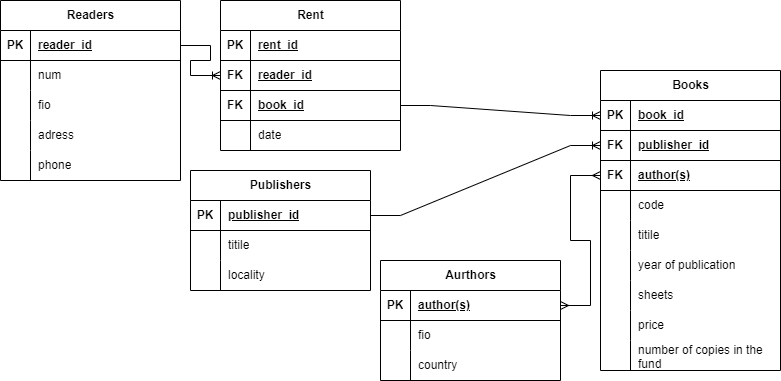
Earlier version of the draw.io export biblioteka.png (Git88user/zanatie_2.1-biblioteka). Source tidied: cells renumbered, new cells last; positions are measured from the earlier drawing's top-left corner, leaving out a move shared by most shapes.
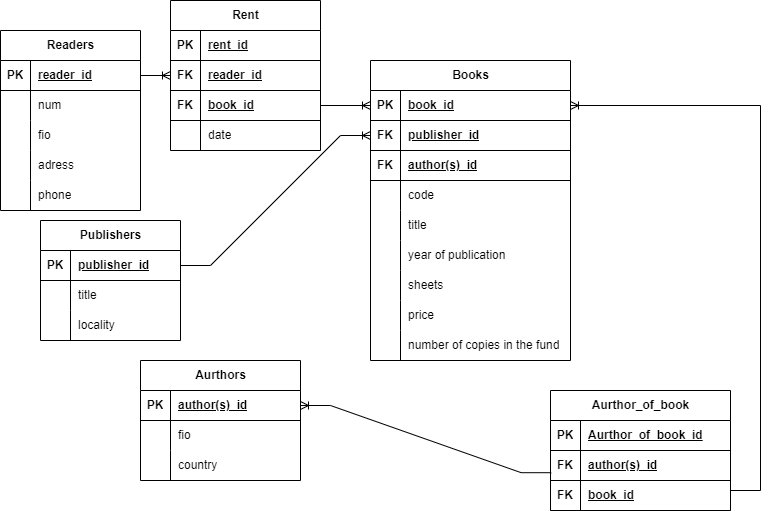
Above is the later version.

Change to the diagram source:
```diff
@@ -5,6 +5,6 @@
     <mxCell id="2" value="Readers" style="shape=table;startSize=30;rowLines=0;fontStyle=1;align=center;html=1;" parent="1" vertex="1">
-      <mxGeometry width="180" height="180" as="geometry" />
+      <mxGeometry width="140" height="180" as="geometry" />
     </mxCell>
     <mxCell id="3" style="shape=tableRow;horizontal=0;startSize=0;swimlaneHead=0;swimlaneBody=0;fillColor=none;points=[[0,0.5],[1,0.5]];portConstraint=eastwest;top=0;left=0;right=0;bottom=1;" parent="2" vertex="1">
-      <mxGeometry y="30" width="180" height="30" as="geometry" />
+      <mxGeometry y="30" width="140" height="30" as="geometry" />
     </mxCell>
@@ -14,6 +14,6 @@
     <mxCell id="5" value="reader_id" style="shape=partialRectangle;fillColor=none;top=0;left=0;bottom=0;right=0;align=left;spacingLeft=6;fontStyle=5;overflow=hidden;whiteSpace=wrap;html=1;" parent="3" vertex="1">
-      <mxGeometry x="30" width="150" height="30" as="geometry" />
+      <mxGeometry x="30" width="110" height="30" as="geometry" />
     </mxCell>
     <mxCell id="6" style="shape=tableRow;horizontal=0;startSize=0;swimlaneHead=0;swimlaneBody=0;fillColor=none;top=0;left=0;right=0;bottom=0;" parent="2" vertex="1">
-      <mxGeometry y="60" width="180" height="30" as="geometry" />
+      <mxGeometry y="60" width="140" height="30" as="geometry" />
     </mxCell>
@@ -23,6 +23,6 @@
     <mxCell id="8" value="num" style="shape=partialRectangle;fillColor=none;top=0;left=0;bottom=0;right=0;align=left;spacingLeft=6;overflow=hidden;whiteSpace=wrap;html=1;" parent="6" vertex="1">
-      <mxGeometry x="30" width="150" height="30" as="geometry" />
+      <mxGeometry x="30" width="110" height="30" as="geometry" />
     </mxCell>
     <mxCell id="9" style="shape=tableRow;horizontal=0;startSize=0;swimlaneHead=0;swimlaneBody=0;fillColor=none;top=0;left=0;right=0;bottom=0;" parent="2" vertex="1">
-      <mxGeometry y="90" width="180" height="30" as="geometry" />
+      <mxGeometry y="90" width="140" height="30" as="geometry" />
     </mxCell>
@@ -32,6 +32,6 @@
     <mxCell id="11" value="fio" style="shape=partialRectangle;fillColor=none;top=0;left=0;bottom=0;right=0;align=left;spacingLeft=6;overflow=hidden;whiteSpace=wrap;html=1;" parent="9" vertex="1">
-      <mxGeometry x="30" width="150" height="30" as="geometry" />
+      <mxGeometry x="30" width="110" height="30" as="geometry" />
     </mxCell>
     <mxCell id="12" style="shape=tableRow;horizontal=0;startSize=0;swimlaneHead=0;swimlaneBody=0;fillColor=none;top=0;left=0;right=0;bottom=0;" parent="2" vertex="1">
-      <mxGeometry y="120" width="180" height="30" as="geometry" />
+      <mxGeometry y="120" width="140" height="30" as="geometry" />
     </mxCell>
@@ -41,6 +41,6 @@
     <mxCell id="14" value="adress" style="shape=partialRectangle;fillColor=none;top=0;left=0;bottom=0;right=0;align=left;spacingLeft=6;overflow=hidden;whiteSpace=wrap;html=1;" parent="12" vertex="1">
-      <mxGeometry x="30" width="150" height="30" as="geometry" />
+      <mxGeometry x="30" width="110" height="30" as="geometry" />
     </mxCell>
     <mxCell id="15" style="shape=tableRow;horizontal=0;startSize=0;swimlaneHead=0;swimlaneBody=0;fillColor=none;top=0;left=0;right=0;bottom=0;" parent="2" vertex="1">
-      <mxGeometry y="150" width="180" height="30" as="geometry" />
+      <mxGeometry y="150" width="140" height="30" as="geometry" />
     </mxCell>
@@ -50,9 +50,9 @@
     <mxCell id="17" value="phone" style="shape=partialRectangle;fillColor=none;top=0;left=0;bottom=0;right=0;align=left;spacingLeft=6;overflow=hidden;whiteSpace=wrap;html=1;" parent="15" vertex="1">
-      <mxGeometry x="30" width="150" height="30" as="geometry" />
+      <mxGeometry x="30" width="110" height="30" as="geometry" />
     </mxCell>
     <mxCell id="18" value="Books" style="shape=table;startSize=30;rowLines=0;fontStyle=1;align=center;html=1;" parent="1" vertex="1">
-      <mxGeometry x="600" y="70" width="180" height="300" as="geometry" />
+      <mxGeometry x="370" y="30" width="200" height="300" as="geometry" />
     </mxCell>
     <mxCell id="19" style="shape=tableRow;horizontal=0;startSize=0;swimlaneHead=0;swimlaneBody=0;fillColor=none;points=[[0,0.5],[1,0.5]];portConstraint=eastwest;top=0;left=0;right=0;bottom=1;" parent="18" vertex="1">
-      <mxGeometry y="30" width="180" height="30" as="geometry" />
+      <mxGeometry y="30" width="200" height="30" as="geometry" />
     </mxCell>
@@ -62,6 +62,6 @@
     <mxCell id="21" value="book_id" style="shape=partialRectangle;fillColor=none;top=0;left=0;bottom=0;right=0;align=left;spacingLeft=6;fontStyle=5;overflow=hidden;whiteSpace=wrap;html=1;" parent="19" vertex="1">
-      <mxGeometry x="30" width="150" height="30" as="geometry" />
+      <mxGeometry x="30" width="170" height="30" as="geometry" />
     </mxCell>
     <mxCell id="22" style="shape=tableRow;horizontal=0;startSize=0;swimlaneHead=0;swimlaneBody=0;fillColor=none;points=[[0,0.5],[1,0.5]];portConstraint=eastwest;top=0;left=0;right=0;bottom=1;" parent="18" vertex="1">
-      <mxGeometry y="60" width="180" height="30" as="geometry" />
+      <mxGeometry y="60" width="200" height="30" as="geometry" />
     </mxCell>
@@ -71,6 +71,6 @@
     <mxCell id="24" value="publisher_id" style="shape=partialRectangle;fillColor=none;top=0;left=0;bottom=0;right=0;align=left;spacingLeft=6;fontStyle=5;overflow=hidden;whiteSpace=wrap;html=1;" parent="22" vertex="1">
-      <mxGeometry x="30" width="150" height="30" as="geometry" />
+      <mxGeometry x="30" width="170" height="30" as="geometry" />
     </mxCell>
     <mxCell id="25" style="shape=tableRow;horizontal=0;startSize=0;swimlaneHead=0;swimlaneBody=0;fillColor=none;points=[[0,0.5],[1,0.5]];portConstraint=eastwest;top=0;left=0;right=0;bottom=1;" parent="18" vertex="1">
-      <mxGeometry y="90" width="180" height="30" as="geometry" />
+      <mxGeometry y="90" width="200" height="30" as="geometry" />
     </mxCell>
@@ -79,7 +79,7 @@
     </mxCell>
-    <mxCell id="27" value="author(s)" style="shape=partialRectangle;fillColor=none;top=0;left=0;bottom=0;right=0;align=left;spacingLeft=6;fontStyle=5;overflow=hidden;whiteSpace=wrap;html=1;" parent="25" vertex="1">
-      <mxGeometry x="30" width="150" height="30" as="geometry" />
+    <mxCell id="27" value="author(s)_id" style="shape=partialRectangle;fillColor=none;top=0;left=0;bottom=0;right=0;align=left;spacingLeft=6;fontStyle=5;overflow=hidden;whiteSpace=wrap;html=1;" parent="25" vertex="1">
+      <mxGeometry x="30" width="170" height="30" as="geometry" />
     </mxCell>
     <mxCell id="28" style="shape=tableRow;horizontal=0;startSize=0;swimlaneHead=0;swimlaneBody=0;fillColor=none;top=0;left=0;right=0;bottom=0;" parent="18" vertex="1">
-      <mxGeometry y="120" width="180" height="30" as="geometry" />
+      <mxGeometry y="120" width="200" height="30" as="geometry" />
     </mxCell>
@@ -89,6 +89,6 @@
     <mxCell id="30" value="code" style="shape=partialRectangle;fillColor=none;top=0;left=0;bottom=0;right=0;align=left;spacingLeft=6;overflow=hidden;whiteSpace=wrap;html=1;" parent="28" vertex="1">
-      <mxGeometry x="30" width="150" height="30" as="geometry" />
+      <mxGeometry x="30" width="170" height="30" as="geometry" />
     </mxCell>
     <mxCell id="31" style="shape=tableRow;horizontal=0;startSize=0;swimlaneHead=0;swimlaneBody=0;fillColor=none;top=0;left=0;right=0;bottom=0;" parent="18" vertex="1">
-      <mxGeometry y="150" width="180" height="30" as="geometry" />
+      <mxGeometry y="150" width="200" height="30" as="geometry" />
     </mxCell>
@@ -97,7 +97,7 @@
     </mxCell>
-    <mxCell id="33" value="titile" style="shape=partialRectangle;fillColor=none;top=0;left=0;bottom=0;right=0;align=left;spacingLeft=6;overflow=hidden;whiteSpace=wrap;html=1;" parent="31" vertex="1">
-      <mxGeometry x="30" width="150" height="30" as="geometry" />
+    <mxCell id="33" value="title" style="shape=partialRectangle;fillColor=none;top=0;left=0;bottom=0;right=0;align=left;spacingLeft=6;overflow=hidden;whiteSpace=wrap;html=1;" parent="31" vertex="1">
+      <mxGeometry x="30" width="170" height="30" as="geometry" />
     </mxCell>
     <mxCell id="34" style="shape=tableRow;horizontal=0;startSize=0;swimlaneHead=0;swimlaneBody=0;fillColor=none;top=0;left=0;right=0;bottom=0;" parent="18" vertex="1">
-      <mxGeometry y="180" width="180" height="30" as="geometry" />
+      <mxGeometry y="180" width="200" height="30" as="geometry" />
     </mxCell>
@@ -107,6 +107,6 @@
     <mxCell id="36" value="year of publication" style="shape=partialRectangle;fillColor=none;top=0;left=0;bottom=0;right=0;align=left;spacingLeft=6;overflow=hidden;whiteSpace=wrap;html=1;" parent="34" vertex="1">
-      <mxGeometry x="30" width="150" height="30" as="geometry" />
+      <mxGeometry x="30" width="170" height="30" as="geometry" />
     </mxCell>
     <mxCell id="37" style="shape=tableRow;horizontal=0;startSize=0;swimlaneHead=0;swimlaneBody=0;fillColor=none;top=0;left=0;right=0;bottom=0;" parent="18" vertex="1">
-      <mxGeometry y="210" width="180" height="30" as="geometry" />
+      <mxGeometry y="210" width="200" height="30" as="geometry" />
     </mxCell>
@@ -116,6 +116,6 @@
     <mxCell id="39" value="sheets" style="shape=partialRectangle;fillColor=none;top=0;left=0;bottom=0;right=0;align=left;spacingLeft=6;overflow=hidden;whiteSpace=wrap;html=1;" parent="37" vertex="1">
-      <mxGeometry x="30" width="150" height="30" as="geometry" />
+      <mxGeometry x="30" width="170" height="30" as="geometry" />
     </mxCell>
     <mxCell id="40" style="shape=tableRow;horizontal=0;startSize=0;swimlaneHead=0;swimlaneBody=0;fillColor=none;top=0;left=0;right=0;bottom=0;" parent="18" vertex="1">
-      <mxGeometry y="240" width="180" height="30" as="geometry" />
+      <mxGeometry y="240" width="200" height="30" as="geometry" />
     </mxCell>
@@ -125,6 +125,6 @@
     <mxCell id="42" value="price" style="shape=partialRectangle;fillColor=none;top=0;left=0;bottom=0;right=0;align=left;spacingLeft=6;overflow=hidden;whiteSpace=wrap;html=1;" parent="40" vertex="1">
-      <mxGeometry x="30" width="150" height="30" as="geometry" />
+      <mxGeometry x="30" width="170" height="30" as="geometry" />
     </mxCell>
     <mxCell id="43" style="shape=tableRow;horizontal=0;startSize=0;swimlaneHead=0;swimlaneBody=0;fillColor=none;top=0;left=0;right=0;bottom=0;" parent="18" vertex="1">
-      <mxGeometry y="270" width="180" height="30" as="geometry" />
+      <mxGeometry y="270" width="200" height="30" as="geometry" />
     </mxCell>
@@ -134,9 +134,9 @@
     <mxCell id="45" value="number of copies in the fund" style="shape=partialRectangle;fillColor=none;top=0;left=0;bottom=0;right=0;align=left;spacingLeft=6;overflow=hidden;whiteSpace=wrap;html=1;" parent="43" vertex="1">
-      <mxGeometry x="30" width="150" height="30" as="geometry" />
+      <mxGeometry x="30" width="170" height="30" as="geometry" />
     </mxCell>
     <mxCell id="46" value="Publishers" style="shape=table;startSize=30;rowLines=0;fontStyle=1;align=center;html=1;" parent="1" vertex="1">
-      <mxGeometry x="190" y="170" width="180" height="120" as="geometry" />
+      <mxGeometry x="40" y="190" width="140" height="120" as="geometry" />
     </mxCell>
     <mxCell id="47" style="shape=tableRow;horizontal=0;startSize=0;swimlaneHead=0;swimlaneBody=0;fillColor=none;points=[[0,0.5],[1,0.5]];portConstraint=eastwest;top=0;left=0;right=0;bottom=1;" parent="46" vertex="1">
-      <mxGeometry y="30" width="180" height="30" as="geometry" />
+      <mxGeometry y="30" width="140" height="30" as="geometry" />
     </mxCell>
@@ -146,6 +146,6 @@
     <mxCell id="49" value="publisher_id" style="shape=partialRectangle;fillColor=none;top=0;left=0;bottom=0;right=0;align=left;spacingLeft=6;fontStyle=5;overflow=hidden;whiteSpace=wrap;html=1;" parent="47" vertex="1">
-      <mxGeometry x="30" width="150" height="30" as="geometry" />
+      <mxGeometry x="30" width="110" height="30" as="geometry" />
     </mxCell>
     <mxCell id="50" style="shape=tableRow;horizontal=0;startSize=0;swimlaneHead=0;swimlaneBody=0;fillColor=none;top=0;left=0;right=0;bottom=0;" parent="46" vertex="1">
-      <mxGeometry y="60" width="180" height="30" as="geometry" />
+      <mxGeometry y="60" width="140" height="30" as="geometry" />
     </mxCell>
@@ -154,7 +154,7 @@
     </mxCell>
-    <mxCell id="52" value="titile" style="shape=partialRectangle;fillColor=none;top=0;left=0;bottom=0;right=0;align=left;spacingLeft=6;overflow=hidden;whiteSpace=wrap;html=1;" parent="50" vertex="1">
-      <mxGeometry x="30" width="150" height="30" as="geometry" />
+    <mxCell id="52" value="title" style="shape=partialRectangle;fillColor=none;top=0;left=0;bottom=0;right=0;align=left;spacingLeft=6;overflow=hidden;whiteSpace=wrap;html=1;" parent="50" vertex="1">
+      <mxGeometry x="30" width="110" height="30" as="geometry" />
     </mxCell>
     <mxCell id="53" style="shape=tableRow;horizontal=0;startSize=0;swimlaneHead=0;swimlaneBody=0;fillColor=none;top=0;left=0;right=0;bottom=0;" parent="46" vertex="1">
-      <mxGeometry y="90" width="180" height="30" as="geometry" />
+      <mxGeometry y="90" width="140" height="30" as="geometry" />
     </mxCell>
@@ -164,9 +164,9 @@
     <mxCell id="55" value="locality" style="shape=partialRectangle;fillColor=none;top=0;left=0;bottom=0;right=0;align=left;spacingLeft=6;overflow=hidden;whiteSpace=wrap;html=1;" parent="53" vertex="1">
-      <mxGeometry x="30" width="150" height="30" as="geometry" />
+      <mxGeometry x="30" width="110" height="30" as="geometry" />
     </mxCell>
     <mxCell id="56" value="Rent" style="shape=table;startSize=30;rowLines=0;fontStyle=1;align=center;html=1;" parent="1" vertex="1">
-      <mxGeometry x="220" width="180" height="150" as="geometry" />
+      <mxGeometry x="170" y="-30" width="150" height="150" as="geometry" />
     </mxCell>
     <mxCell id="57" style="shape=tableRow;horizontal=0;startSize=0;swimlaneHead=0;swimlaneBody=0;fillColor=none;top=0;left=0;right=0;bottom=1;" parent="56" vertex="1">
-      <mxGeometry y="30" width="180" height="30" as="geometry" />
+      <mxGeometry y="30" width="150" height="30" as="geometry" />
     </mxCell>
@@ -176,6 +176,6 @@
     <mxCell id="59" value="rent_id" style="shape=partialRectangle;fillColor=none;top=0;left=0;bottom=0;right=0;align=left;spacingLeft=6;fontStyle=5;overflow=hidden;whiteSpace=wrap;html=1;" parent="57" vertex="1">
-      <mxGeometry x="30" width="150" height="30" as="geometry" />
+      <mxGeometry x="30" width="120" height="30" as="geometry" />
     </mxCell>
     <mxCell id="60" style="shape=tableRow;horizontal=0;startSize=0;swimlaneHead=0;swimlaneBody=0;fillColor=none;points=[[0,0.5],[1,0.5]];portConstraint=eastwest;top=0;left=0;right=0;bottom=1;" parent="56" vertex="1">
-      <mxGeometry y="60" width="180" height="30" as="geometry" />
+      <mxGeometry y="60" width="150" height="30" as="geometry" />
     </mxCell>
@@ -185,6 +185,6 @@
     <mxCell id="62" value="reader_id" style="shape=partialRectangle;fillColor=none;top=0;left=0;bottom=0;right=0;align=left;spacingLeft=6;fontStyle=5;overflow=hidden;whiteSpace=wrap;html=1;" parent="60" vertex="1">
-      <mxGeometry x="30" width="150" height="30" as="geometry" />
+      <mxGeometry x="30" width="120" height="30" as="geometry" />
     </mxCell>
     <mxCell id="63" style="shape=tableRow;horizontal=0;startSize=0;swimlaneHead=0;swimlaneBody=0;fillColor=none;points=[[0,0.5],[1,0.5]];portConstraint=eastwest;top=0;left=0;right=0;bottom=1;" parent="56" vertex="1">
-      <mxGeometry y="90" width="180" height="30" as="geometry" />
+      <mxGeometry y="90" width="150" height="30" as="geometry" />
     </mxCell>
@@ -194,6 +194,6 @@
     <mxCell id="65" value="book_id" style="shape=partialRectangle;fillColor=none;top=0;left=0;bottom=0;right=0;align=left;spacingLeft=6;fontStyle=5;overflow=hidden;whiteSpace=wrap;html=1;" parent="63" vertex="1">
-      <mxGeometry x="30" width="150" height="30" as="geometry" />
+      <mxGeometry x="30" width="120" height="30" as="geometry" />
     </mxCell>
     <mxCell id="66" style="shape=tableRow;horizontal=0;startSize=0;swimlaneHead=0;swimlaneBody=0;fillColor=none;top=0;left=0;right=0;bottom=0;" parent="56" vertex="1">
-      <mxGeometry y="120" width="180" height="30" as="geometry" />
+      <mxGeometry y="120" width="150" height="30" as="geometry" />
     </mxCell>
@@ -203,3 +203,3 @@
     <mxCell id="68" value="date" style="shape=partialRectangle;fillColor=none;top=0;left=0;bottom=0;right=0;align=left;spacingLeft=6;overflow=hidden;whiteSpace=wrap;html=1;" parent="66" vertex="1">
-      <mxGeometry x="30" width="150" height="30" as="geometry" />
+      <mxGeometry x="30" width="120" height="30" as="geometry" />
     </mxCell>
@@ -215,6 +215,6 @@
     <mxCell id="72" value="Aurthors" style="shape=table;startSize=30;rowLines=0;fontStyle=1;align=center;html=1;" parent="1" vertex="1">
-      <mxGeometry x="380" y="260" width="180" height="120" as="geometry" />
+      <mxGeometry x="140" y="330" width="160" height="120" as="geometry" />
     </mxCell>
     <mxCell id="73" style="shape=tableRow;horizontal=0;startSize=0;swimlaneHead=0;swimlaneBody=0;fillColor=none;points=[[0,0.5],[1,0.5]];portConstraint=eastwest;top=0;left=0;right=0;bottom=1;" parent="72" vertex="1">
-      <mxGeometry y="30" width="180" height="30" as="geometry" />
+      <mxGeometry y="30" width="160" height="30" as="geometry" />
     </mxCell>
@@ -223,7 +223,7 @@
     </mxCell>
-    <mxCell id="75" value="author(s)" style="shape=partialRectangle;fillColor=none;top=0;left=0;bottom=0;right=0;align=left;spacingLeft=6;fontStyle=5;overflow=hidden;whiteSpace=wrap;html=1;" parent="73" vertex="1">
-      <mxGeometry x="30" width="150" height="30" as="geometry" />
+    <mxCell id="75" value="author(s)_id" style="shape=partialRectangle;fillColor=none;top=0;left=0;bottom=0;right=0;align=left;spacingLeft=6;fontStyle=5;overflow=hidden;whiteSpace=wrap;html=1;" parent="73" vertex="1">
+      <mxGeometry x="30" width="130" height="30" as="geometry" />
     </mxCell>
     <mxCell id="76" style="shape=tableRow;horizontal=0;startSize=0;swimlaneHead=0;swimlaneBody=0;fillColor=none;top=0;left=0;right=0;bottom=0;" parent="72" vertex="1">
-      <mxGeometry y="60" width="180" height="30" as="geometry" />
+      <mxGeometry y="60" width="160" height="30" as="geometry" />
     </mxCell>
@@ -233,6 +233,6 @@
     <mxCell id="78" value="fio" style="shape=partialRectangle;fillColor=none;top=0;left=0;bottom=0;right=0;align=left;spacingLeft=6;overflow=hidden;whiteSpace=wrap;html=1;" parent="76" vertex="1">
-      <mxGeometry x="30" width="150" height="30" as="geometry" />
+      <mxGeometry x="30" width="130" height="30" as="geometry" />
     </mxCell>
     <mxCell id="79" style="shape=tableRow;horizontal=0;startSize=0;swimlaneHead=0;swimlaneBody=0;fillColor=none;top=0;left=0;right=0;bottom=0;" parent="72" vertex="1">
-      <mxGeometry y="90" width="180" height="30" as="geometry" />
+      <mxGeometry y="90" width="160" height="30" as="geometry" />
     </mxCell>
@@ -242,7 +242,42 @@
     <mxCell id="81" value="country" style="shape=partialRectangle;fillColor=none;top=0;left=0;bottom=0;right=0;align=left;spacingLeft=6;overflow=hidden;whiteSpace=wrap;html=1;" parent="79" vertex="1">
-      <mxGeometry x="30" width="150" height="30" as="geometry" />
+      <mxGeometry x="30" width="130" height="30" as="geometry" />
     </mxCell>
-    <mxCell id="82" style="edgeStyle=entityRelationEdgeStyle;fontSize=12;html=1;endArrow=ERmany;startArrow=ERmany;rounded=0;exitX=1;exitY=0.5;exitDx=0;exitDy=0;entryX=0;entryY=0.5;entryDx=0;entryDy=0;" parent="1" edge="1" source="73" target="25">
-      <mxGeometry relative="1" as="geometry" />
-    </mxCell>
+    <mxCell id="83" value="Aurthor_of_book" style="shape=table;startSize=30;rowLines=0;fontStyle=1;align=center;html=1;" parent="1" vertex="1">
+      <mxGeometry x="550" y="360" width="180" height="120" as="geometry" />
+    </mxCell>
+    <mxCell id="84" style="shape=tableRow;horizontal=0;startSize=0;swimlaneHead=0;swimlaneBody=0;fillColor=none;top=0;left=0;right=0;bottom=1;" parent="83" vertex="1">
+      <mxGeometry y="30" width="180" height="30" as="geometry" />
+    </mxCell>
+    <mxCell id="85" value="PK" style="shape=partialRectangle;fillColor=none;top=0;left=0;bottom=0;right=0;fontStyle=1;overflow=hidden;whiteSpace=wrap;html=1;" parent="84" vertex="1">
+      <mxGeometry width="30" height="30" as="geometry" />
+    </mxCell>
+    <mxCell id="86" value="Aurthor_of_book_id" style="shape=partialRectangle;fillColor=none;top=0;left=0;bottom=0;right=0;align=left;spacingLeft=6;fontStyle=5;overflow=hidden;whiteSpace=wrap;html=1;" parent="84" vertex="1">
+      <mxGeometry x="30" width="150" height="30" as="geometry" />
+    </mxCell>
+    <mxCell id="87" style="shape=tableRow;horizontal=0;startSize=0;swimlaneHead=0;swimlaneBody=0;fillColor=none;points=[[0,0.5],[1,0.5]];portConstraint=eastwest;top=0;left=0;right=0;bottom=1;" parent="83" vertex="1">
+      <mxGeometry y="60" width="180" height="30" as="geometry" />
+    </mxCell>
+    <mxCell id="88" value="FK" style="shape=partialRectangle;fillColor=none;top=0;left=0;bottom=0;right=0;fontStyle=1;overflow=hidden;whiteSpace=wrap;html=1;" parent="87" vertex="1">
+      <mxGeometry width="30" height="30" as="geometry" />
+    </mxCell>
+    <mxCell id="89" value="author(s)_id" style="shape=partialRectangle;fillColor=none;top=0;left=0;bottom=0;right=0;align=left;spacingLeft=6;fontStyle=5;overflow=hidden;whiteSpace=wrap;html=1;" parent="87" vertex="1">
+      <mxGeometry x="30" width="150" height="30" as="geometry" />
+    </mxCell>
+    <mxCell id="90" style="shape=tableRow;horizontal=0;startSize=0;swimlaneHead=0;swimlaneBody=0;fillColor=none;top=0;left=0;right=0;bottom=1;" parent="83" vertex="1">
+      <mxGeometry y="90" width="180" height="30" as="geometry" />
+    </mxCell>
+    <mxCell id="91" value="FK" style="shape=partialRectangle;fillColor=none;top=0;left=0;bottom=0;right=0;fontStyle=1;overflow=hidden;whiteSpace=wrap;html=1;" parent="90" vertex="1">
+      <mxGeometry width="30" height="30" as="geometry" />
+    </mxCell>
+    <mxCell id="92" value="book_id" style="shape=partialRectangle;fillColor=none;top=0;left=0;bottom=0;right=0;align=left;spacingLeft=6;fontStyle=5;overflow=hidden;whiteSpace=wrap;html=1;" parent="90" vertex="1">
+      <mxGeometry x="30" width="150" height="30" as="geometry" />
+    </mxCell>
+    <mxCell id="93" style="edgeStyle=entityRelationEdgeStyle;fontSize=12;html=1;endArrow=ERoneToMany;rounded=0;entryX=1;entryY=0.5;entryDx=0;entryDy=0;exitX=0.004;exitY=0.74;exitDx=0;exitDy=0;exitPerimeter=0;" parent="1" edge="1" source="87" target="73">
+      <mxGeometry relative="1" as="geometry" />
+    </mxCell>
+    <mxCell id="94" style="edgeStyle=entityRelationEdgeStyle;fontSize=12;html=1;endArrow=ERoneToMany;rounded=0;exitX=1;exitY=0.5;exitDx=0;exitDy=0;entryX=1;entryY=0.5;entryDx=0;entryDy=0;" parent="1" edge="1" target="19">
+      <mxGeometry relative="1" as="geometry">
+        <mxPoint x="730" y="460" as="sourcePoint" />
+      </mxGeometry>
+    </mxCell>
   </root>
```
